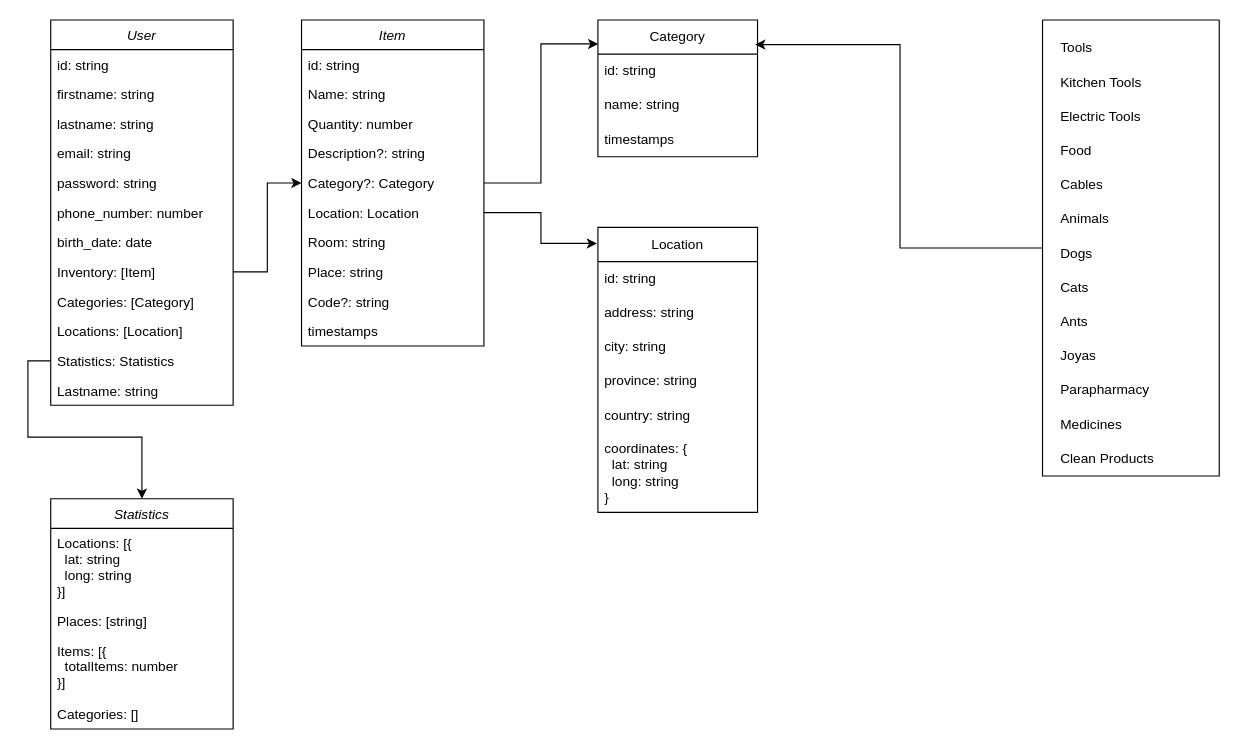
DTPF/inventory keeps this draw.io diagram as resources/inventory.drawio. Above is the earlier version. Source tidied: cells renumbered, new cells numbered last; positions are measured from the earlier drawing's top-left corner, leaving out a move shared by most shapes. Both pictures are drawn from the tidied source at 114%, with x=0, y=0 at pixel (50, 19).
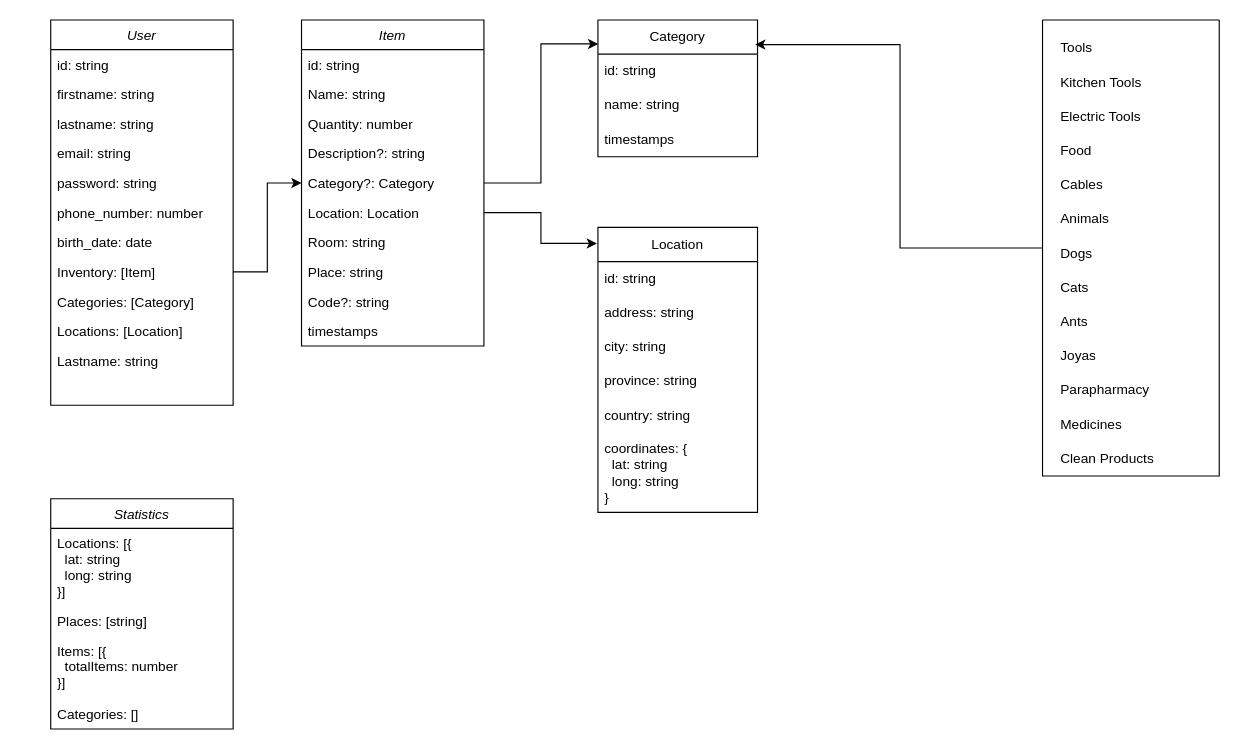
The same diagram, later.

The change refers to these unchanged cells:
```xml
<mxCell id="4" value="User" style="swimlane;fontStyle=2;align=center;verticalAlign=top;horizontal=1;startSize=26;rounded=0;shadow=0;strokeWidth=1;" parent="1" vertex="1">
  <mxGeometry width="160" height="338" as="geometry" />
</mxCell>
<mxCell id="28" value="Statistics" style="swimlane;fontStyle=2;align=center;verticalAlign=top;horizontal=1;startSize=26;rounded=0;shadow=0;strokeWidth=1;" parent="1" vertex="1">
  <mxGeometry y="420" width="160" height="202" as="geometry" />
</mxCell>
```

Change to the diagram source:
```diff
@@
-    <mxCell id="3" style="edgeStyle=orthogonalEdgeStyle;rounded=0;jettySize=auto;html=1;" parent="1" edge="1" source="15" target="28">
-      <mxGeometry relative="1" as="geometry" />
-    </mxCell>
@@
-    <mxCell id="15" value="Statistics: Statistics" style="text;align=left;verticalAlign=top;spacingLeft=4;spacingRight=4;overflow=hidden;points=[[0,0.5],[1,0.5]];portConstraint=eastwest;" parent="4" vertex="1">
-      <mxGeometry y="286" width="160" height="26" as="geometry" />
-    </mxCell>
     <mxCell id="16" value="Lastname: string" style="text;align=left;verticalAlign=top;spacingLeft=4;spacingRight=4;overflow=hidden;rounded=0;shadow=0;html=0;" parent="4" vertex="1">
-      <mxGeometry y="312" width="160" height="26" as="geometry" />
+      <mxGeometry y="286" width="160" height="26" as="geometry" />
     </mxCell>
```
